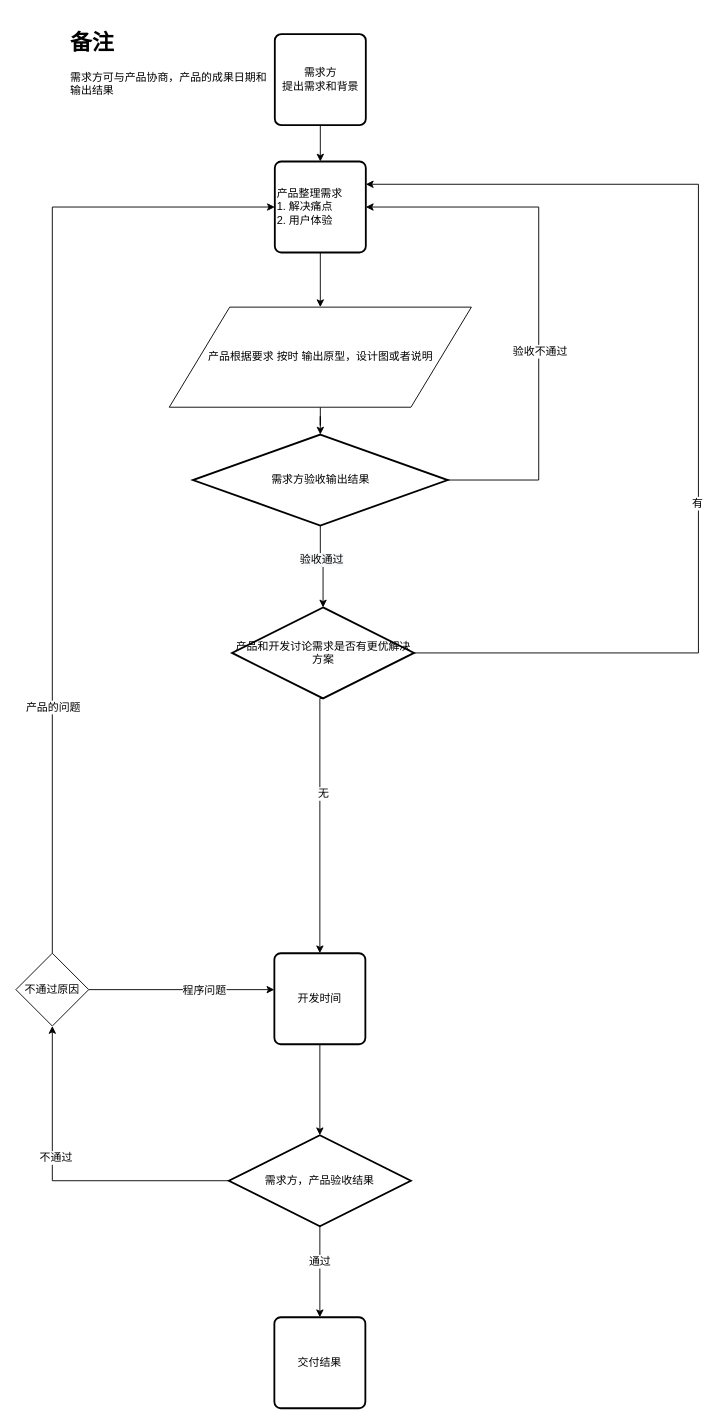
The draw.io diagram IdeaToProduct.drawio in maclxf/ProjectDraw, before the edit. Source tidied: cells renumbered, new cells numbered last; positions are measured from the earlier drawing's top-left corner, leaving out a move shared by most shapes. Both pictures are drawn from the tidied source at 91%, with x=0, y=0 at pixel (15, 25).
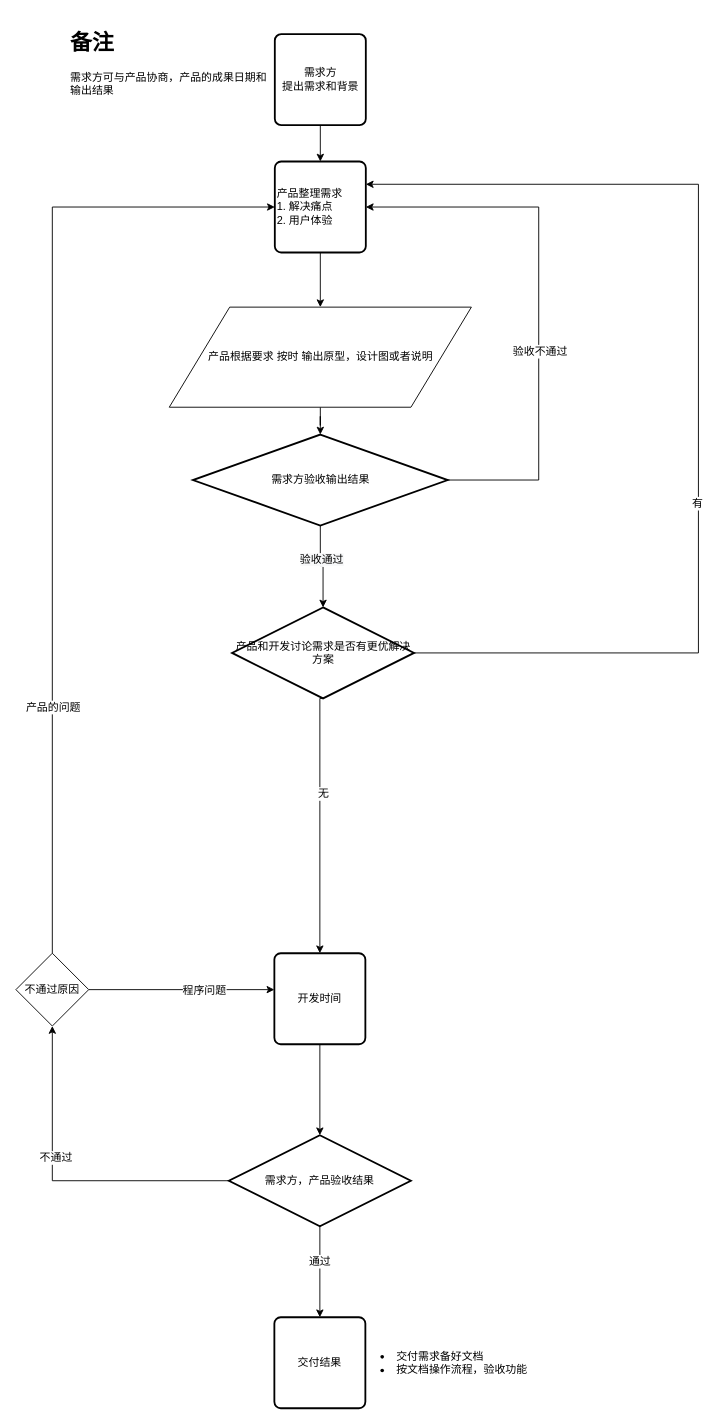
After the change.

What changed in the source:
```diff
@@
+    <mxCell id="32" value="&lt;ul&gt;&lt;li&gt;&amp;nbsp;交付需求备好文档&lt;/li&gt;&lt;li&gt;&amp;nbsp;按文档操作流程，验收功能&lt;/li&gt;&lt;/ul&gt;" style="text;strokeColor=none;fillColor=none;html=1;whiteSpace=wrap;verticalAlign=middle;overflow=hidden;" parent="1" vertex="1">
+      <mxGeometry x="372.5" y="1430" width="204" height="80" as="geometry" />
+    </mxCell>
```
